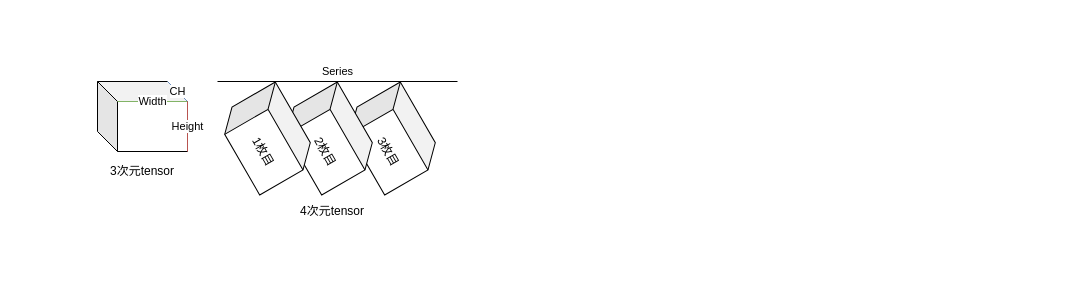
Above: page "ページ1" (1 of 2) of _images/image.drawio in Riliumph/PyTorchBeginner (draw.io), before the change. Source tidied: cells renumbered, new cells numbered last; positions are measured from the earlier drawing's top-left corner, leaving out a move shared by most shapes. Both pictures are drawn from the tidied source at 100%, with x=0, y=0 at pixel (97, 81).
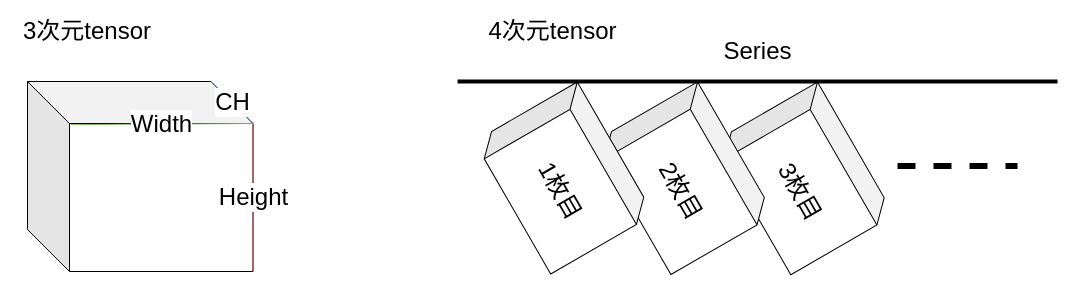
The same diagram, later.

The edit, as a diff of the source:
```diff
@@
 <mxGraphModel>
   <root>
     <mxCell id="0" />
     <mxCell id="1" parent="0" />
-    <mxCell id="2" value="3枚目" style="shape=cube;whiteSpace=wrap;html=1;boundedLbl=1;backgroundOutline=1;darkOpacity=0.05;darkOpacity2=0.1;rotation=60;" parent="1" vertex="1">
-      <mxGeometry x="250" y="22" width="90" height="70" as="geometry" />
+    <mxCell id="2" value="3枚目" style="shape=cube;whiteSpace=wrap;html=1;boundedLbl=1;backgroundOutline=1;darkOpacity=0.05;darkOpacity2=0.1;rotation=60;fontSize=24;" parent="1" vertex="1">
+      <mxGeometry x="629.9" y="37.2" width="153.5" height="119.4" as="geometry" />
     </mxCell>
-    <mxCell id="3" style="shape=cube;whiteSpace=wrap;html=1;boundedLbl=1;backgroundOutline=1;darkOpacity=0.05;darkOpacity2=0.1;" parent="1" vertex="1">
-      <mxGeometry width="90" height="70" as="geometry" />
+    <mxCell id="3" style="shape=cube;whiteSpace=wrap;html=1;boundedLbl=1;backgroundOutline=1;darkOpacity=0.05;darkOpacity2=0.1;fontSize=24;size=42;" parent="1" vertex="1">
+      <mxGeometry x="-70" width="225.5" height="190" as="geometry" />
     </mxCell>
-    <mxCell id="4" value="Width" style="endArrow=none;html=1;fillColor=#d5e8d4;strokeColor=#82b366;" parent="1" edge="1">
-      <mxGeometry relative="1" as="geometry">
-        <mxPoint x="20" y="20" as="sourcePoint" />
-        <mxPoint x="90" y="20" as="targetPoint" />
-      </mxGeometry>
+    <mxCell id="4" value="Width" style="endArrow=none;html=1;fillColor=#d5e8d4;strokeColor=#82b366;entryX=0;entryY=0;entryDx=225.5;entryDy=42;entryPerimeter=0;fontSize=24;labelBackgroundColor=#ffffff;fontColor=#000000;exitX=0.191;exitY=0.227;exitDx=0;exitDy=0;exitPerimeter=0;" parent="1" edge="1" source="3" target="3">
+      <mxGeometry relative="1" as="geometry" />
     </mxCell>
-    <mxCell id="5" value="CH" style="endArrow=none;html=1;exitX=0;exitY=0;exitDx=70;exitDy=0;exitPerimeter=0;fillColor=#dae8fc;strokeColor=#6c8ebf;" parent="1" edge="1" source="3">
-      <mxGeometry relative="1" as="geometry">
-        <mxPoint x="90" y="20" as="targetPoint" />
-      </mxGeometry>
+    <mxCell id="5" value="CH" style="endArrow=none;html=1;exitX=0;exitY=0;exitDx=183.5;exitDy=0;exitPerimeter=0;fillColor=#dae8fc;strokeColor=#6c8ebf;fontSize=24;entryX=0;entryY=0;entryDx=225.5;entryDy=42;entryPerimeter=0;" parent="1" edge="1" source="3" target="3">
+      <mxGeometry relative="1" as="geometry" />
     </mxCell>
-    <mxCell id="6" value="Height" style="endArrow=none;html=1;entryX=1;entryY=1;entryDx=0;entryDy=0;entryPerimeter=0;fillColor=#f8cecc;strokeColor=#b85450;" parent="1" edge="1" target="3">
-      <mxGeometry relative="1" as="geometry">
-        <mxPoint x="90" y="20" as="sourcePoint" />
-      </mxGeometry>
+    <mxCell id="6" value="Height" style="endArrow=none;html=1;entryX=1;entryY=1;entryDx=0;entryDy=0;entryPerimeter=0;fillColor=#f8cecc;strokeColor=#b85450;fontSize=24;exitX=0;exitY=0;exitDx=225.5;exitDy=42;exitPerimeter=0;" parent="1" edge="1" source="3" target="3">
+      <mxGeometry relative="1" as="geometry" />
     </mxCell>
-    <mxCell id="7" value="3次元tensor" style="text;html=1;strokeColor=none;fillColor=none;align=center;verticalAlign=middle;whiteSpace=wrap;rounded=0;" parent="1" vertex="1">
-      <mxGeometry y="80" width="90" height="20" as="geometry" />
+    <mxCell id="7" value="3次元tensor" style="text;html=1;strokeColor=none;fillColor=none;align=center;verticalAlign=middle;whiteSpace=wrap;rounded=0;fontSize=24;" parent="1" vertex="1">
+      <mxGeometry x="-80" y="-60" width="140" height="20" as="geometry" />
     </mxCell>
-    <mxCell id="8" value="2枚目" style="shape=cube;whiteSpace=wrap;html=1;boundedLbl=1;backgroundOutline=1;darkOpacity=0.05;darkOpacity2=0.1;rotation=60;" parent="1" vertex="1">
-      <mxGeometry x="187" y="22" width="90" height="70" as="geometry" />
+    <mxCell id="8" value="2枚目" style="shape=cube;whiteSpace=wrap;html=1;boundedLbl=1;backgroundOutline=1;darkOpacity=0.05;darkOpacity2=0.1;rotation=60;fontSize=24;" parent="1" vertex="1">
+      <mxGeometry x="510" y="37" width="153.5" height="119.4" as="geometry" />
     </mxCell>
-    <mxCell id="9" value="1枚目" style="shape=cube;whiteSpace=wrap;html=1;boundedLbl=1;backgroundOutline=1;darkOpacity=0.05;darkOpacity2=0.1;rotation=60;" parent="1" vertex="1">
-      <mxGeometry x="125" y="22" width="90" height="70" as="geometry" />
+    <mxCell id="9" value="1枚目" style="shape=cube;whiteSpace=wrap;html=1;boundedLbl=1;backgroundOutline=1;darkOpacity=0.05;darkOpacity2=0.1;rotation=60;fontSize=24;" parent="1" vertex="1">
+      <mxGeometry x="390" y="37" width="153" height="119" as="geometry" />
     </mxCell>
-    <mxCell id="10" value="Series" style="endArrow=none;html=1;" parent="1" edge="1">
-      <mxGeometry y="10" relative="1" as="geometry">
-        <mxPoint x="120" as="sourcePoint" />
-        <mxPoint x="360" as="targetPoint" />
+    <mxCell id="10" value="Series" style="endArrow=none;html=1;fontSize=24;strokeWidth=4;labelBackgroundColor=none;" parent="1" edge="1">
+      <mxGeometry y="30" relative="1" as="geometry">
+        <mxPoint x="360" as="sourcePoint" />
+        <mxPoint x="960" as="targetPoint" />
       </mxGeometry>
     </mxCell>
-    <mxCell id="11" value="4次元tensor" style="text;html=1;strokeColor=none;fillColor=none;align=center;verticalAlign=middle;whiteSpace=wrap;rounded=0;" parent="1" vertex="1">
-      <mxGeometry x="190" y="120" width="90" height="20" as="geometry" />
+    <mxCell id="11" value="4次元tensor" style="text;html=1;strokeColor=none;fillColor=none;align=center;verticalAlign=middle;whiteSpace=wrap;rounded=0;fontSize=24;" parent="1" vertex="1">
+      <mxGeometry x="360" y="-60" width="191.1" height="20" as="geometry" />
     </mxCell>
+    <mxCell id="12" style="endArrow=none;dashed=1;html=1;labelBackgroundColor=#ffffff;fontSize=24;fontColor=#000000;strokeWidth=6;" parent="1" edge="1">
+      <mxGeometry relative="1" as="geometry">
+        <mxPoint x="800" y="84.5" as="sourcePoint" />
+        <mxPoint x="920" y="84.5" as="targetPoint" />
+      </mxGeometry>
+    </mxCell>
   </root>
 </mxGraphModel>
```
